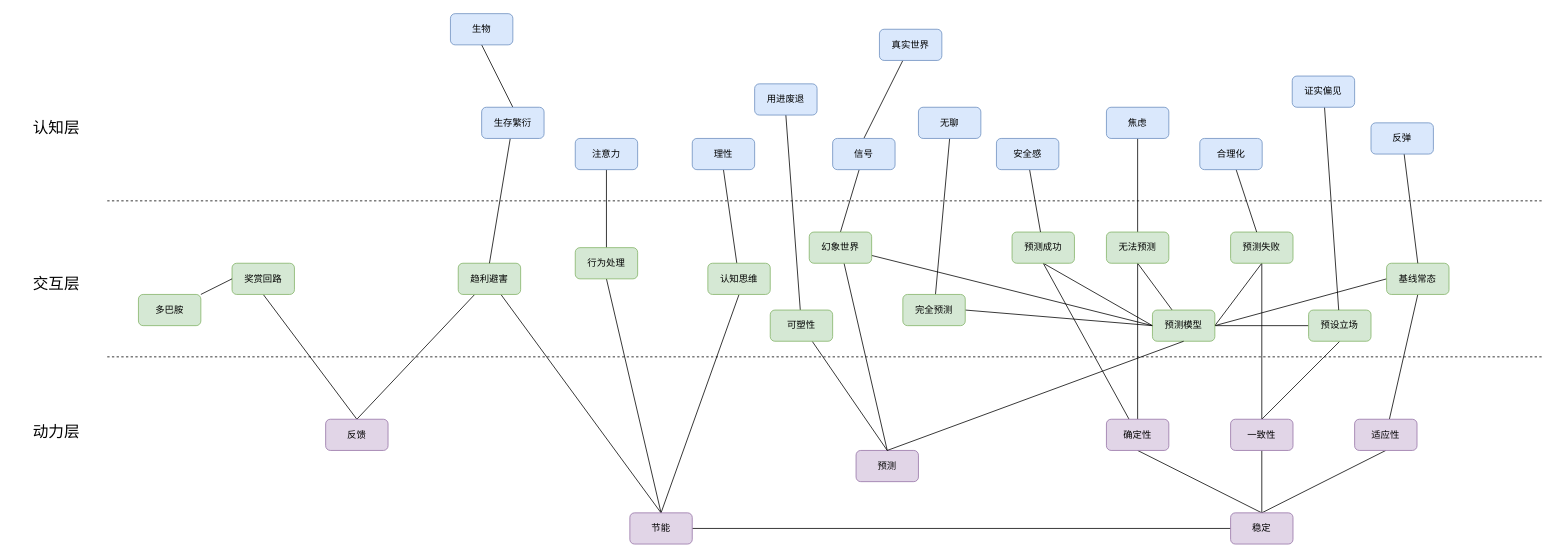
Earlier version of the draw.io diagram 大脑原理-认知三层模型.drawio (youyusan/open_mind). Source tidied: cells renumbered, new cells numbered last; positions are measured from the earlier drawing's top-left corner, leaving out a move shared by most shapes. Both pictures are drawn from the tidied source at 78%, with x=0, y=0 at pixel (13, 13).
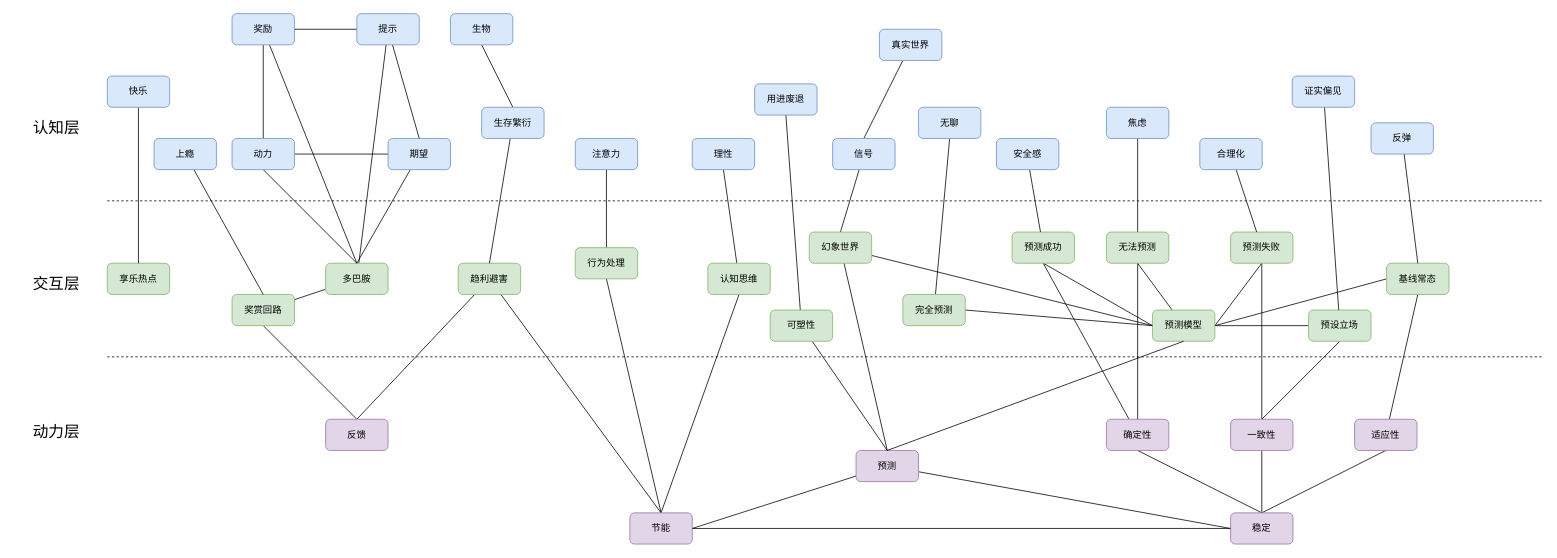
The same diagram, later.

Commit message (it also covers changes not shown here):
更新大脑原理-认知三层模型.drawio

Unchanged cells that the change refers to:
```xml
<mxCell id="17" value="节能" style="rounded=1;whiteSpace=wrap;html=1;fillColor=#e1d5e7;strokeColor=#9673a6;" parent="1" vertex="1">
  <mxGeometry x="790" y="640" width="80" height="40" as="geometry" />
</mxCell>
<mxCell id="66" value="预测" style="rounded=1;whiteSpace=wrap;html=1;fillColor=#e1d5e7;strokeColor=#9673a6;" parent="1" vertex="1">
  <mxGeometry x="1080" y="560" width="80" height="40" as="geometry" />
</mxCell>
```

The edit, as a diff of the source:
```diff
@@
+    <mxCell id="79" style="edgeStyle=none;shape=connector;rounded=0;jettySize=auto;html=1;labelBackgroundColor=default;strokeColor=default;align=center;verticalAlign=middle;fontFamily=Helvetica;fontSize=11;fontColor=default;endArrow=none;endFill=0;" parent="1" edge="1" source="24" target="26">
+      <mxGeometry relative="1" as="geometry" />
+    </mxCell>
     <mxCell id="24" value="奖赏回路" style="rounded=1;whiteSpace=wrap;html=1;fillColor=#d5e8d4;strokeColor=#82b366;" parent="1" vertex="1">
-      <mxGeometry x="280" y="320" width="80" height="40" as="geometry" />
+      <mxGeometry x="280" y="360" width="80" height="40" as="geometry" />
     </mxCell>
-    <mxCell id="25" style="edgeStyle=none;shape=connector;rounded=0;jettySize=auto;html=1;entryX=0;entryY=0.5;entryDx=0;entryDy=0;labelBackgroundColor=default;strokeColor=default;align=center;verticalAlign=middle;fontFamily=Helvetica;fontSize=11;fontColor=default;endArrow=none;endFill=0;" parent="1" edge="1" source="26" target="24">
-      <mxGeometry relative="1" as="geometry" />
-    </mxCell>
+    <mxCell id="80" style="edgeStyle=none;shape=connector;rounded=0;jettySize=auto;html=1;entryX=0.5;entryY=1;entryDx=0;entryDy=0;labelBackgroundColor=default;strokeColor=default;align=center;verticalAlign=middle;fontFamily=Helvetica;fontSize=11;fontColor=default;endArrow=none;endFill=0;exitX=0.5;exitY=0;exitDx=0;exitDy=0;" parent="1" edge="1" source="26" target="86">
+      <mxGeometry relative="1" as="geometry" />
+    </mxCell>
+    <mxCell id="81" style="edgeStyle=none;shape=connector;rounded=0;jettySize=auto;html=1;labelBackgroundColor=default;strokeColor=default;align=center;verticalAlign=middle;fontFamily=Helvetica;fontSize=11;fontColor=default;endArrow=none;endFill=0;" parent="1" edge="1" source="26" target="96">
+      <mxGeometry relative="1" as="geometry" />
+    </mxCell>
     <mxCell id="26" value="多巴胺" style="rounded=1;whiteSpace=wrap;html=1;fillColor=#d5e8d4;strokeColor=#82b366;" parent="1" vertex="1">
-      <mxGeometry x="160" y="360" width="80" height="40" as="geometry" />
+      <mxGeometry x="400" y="320" width="80" height="40" as="geometry" />
     </mxCell>
@@
+    <mxCell id="82" style="edgeStyle=none;shape=connector;rounded=0;jettySize=auto;html=1;entryX=1;entryY=0.5;entryDx=0;entryDy=0;labelBackgroundColor=default;strokeColor=default;align=center;verticalAlign=middle;fontFamily=Helvetica;fontSize=11;fontColor=default;endArrow=none;endFill=0;" parent="1" edge="1" source="66" target="17">
+      <mxGeometry relative="1" as="geometry" />
+    </mxCell>
+    <mxCell id="83" style="edgeStyle=none;shape=connector;rounded=0;jettySize=auto;html=1;labelBackgroundColor=default;strokeColor=default;align=center;verticalAlign=middle;fontFamily=Helvetica;fontSize=11;fontColor=default;endArrow=none;endFill=0;" parent="1" edge="1" source="66">
+      <mxGeometry relative="1" as="geometry">
+        <mxPoint x="1560" y="660" as="targetPoint" />
+      </mxGeometry>
+    </mxCell>
@@
+    <mxCell id="84" style="edgeStyle=none;shape=connector;rounded=0;jettySize=auto;html=1;entryX=0;entryY=0.5;entryDx=0;entryDy=0;labelBackgroundColor=default;strokeColor=default;align=center;verticalAlign=middle;fontFamily=Helvetica;fontSize=11;fontColor=default;endArrow=none;endFill=0;" parent="1" edge="1" source="86" target="88">
+      <mxGeometry relative="1" as="geometry" />
+    </mxCell>
+    <mxCell id="85" style="edgeStyle=none;shape=connector;rounded=0;jettySize=auto;html=1;labelBackgroundColor=default;strokeColor=default;align=center;verticalAlign=middle;fontFamily=Helvetica;fontSize=11;fontColor=default;endArrow=none;endFill=0;" parent="1" edge="1" source="86" target="94">
+      <mxGeometry relative="1" as="geometry" />
+    </mxCell>
+    <mxCell id="86" value="动力" style="rounded=1;whiteSpace=wrap;html=1;fillColor=#dae8fc;strokeColor=#6c8ebf;" parent="1" vertex="1">
+      <mxGeometry x="280" y="160" width="80" height="40" as="geometry" />
+    </mxCell>
+    <mxCell id="87" style="edgeStyle=none;shape=connector;rounded=0;jettySize=auto;html=1;labelBackgroundColor=default;strokeColor=default;align=center;verticalAlign=middle;fontFamily=Helvetica;fontSize=11;fontColor=default;endArrow=none;endFill=0;entryX=0.5;entryY=0;entryDx=0;entryDy=0;" parent="1" edge="1" source="88" target="26">
+      <mxGeometry relative="1" as="geometry" />
+    </mxCell>
+    <mxCell id="88" value="期望" style="rounded=1;whiteSpace=wrap;html=1;fillColor=#dae8fc;strokeColor=#6c8ebf;" parent="1" vertex="1">
+      <mxGeometry x="480" y="160" width="80" height="40" as="geometry" />
+    </mxCell>
+    <mxCell id="89" value="享乐热点" style="rounded=1;whiteSpace=wrap;html=1;fillColor=#d5e8d4;strokeColor=#82b366;" parent="1" vertex="1">
+      <mxGeometry x="120" y="320" width="80" height="40" as="geometry" />
+    </mxCell>
+    <mxCell id="90" style="edgeStyle=none;shape=connector;rounded=0;jettySize=auto;html=1;labelBackgroundColor=default;strokeColor=default;align=center;verticalAlign=middle;fontFamily=Helvetica;fontSize=11;fontColor=default;endArrow=none;endFill=0;" parent="1" edge="1" source="91" target="89">
+      <mxGeometry relative="1" as="geometry" />
+    </mxCell>
+    <mxCell id="91" value="快乐" style="rounded=1;whiteSpace=wrap;html=1;fillColor=#dae8fc;strokeColor=#6c8ebf;" parent="1" vertex="1">
+      <mxGeometry x="120" y="80" width="80" height="40" as="geometry" />
+    </mxCell>
+    <mxCell id="92" style="edgeStyle=none;shape=connector;rounded=0;jettySize=auto;html=1;entryX=0;entryY=0.5;entryDx=0;entryDy=0;labelBackgroundColor=default;strokeColor=default;align=center;verticalAlign=middle;fontFamily=Helvetica;fontSize=11;fontColor=default;endArrow=none;endFill=0;" parent="1" edge="1" source="94" target="96">
+      <mxGeometry relative="1" as="geometry" />
+    </mxCell>
+    <mxCell id="93" style="edgeStyle=none;shape=connector;rounded=0;jettySize=auto;html=1;entryX=0.5;entryY=0;entryDx=0;entryDy=0;labelBackgroundColor=default;strokeColor=default;align=center;verticalAlign=middle;fontFamily=Helvetica;fontSize=11;fontColor=default;endArrow=none;endFill=0;" parent="1" edge="1" source="94" target="26">
+      <mxGeometry relative="1" as="geometry" />
+    </mxCell>
+    <mxCell id="94" value="奖励" style="rounded=1;whiteSpace=wrap;html=1;fillColor=#dae8fc;strokeColor=#6c8ebf;" parent="1" vertex="1">
+      <mxGeometry x="280" width="80" height="40" as="geometry" />
+    </mxCell>
+    <mxCell id="95" style="edgeStyle=none;shape=connector;rounded=0;jettySize=auto;html=1;entryX=0.5;entryY=0;entryDx=0;entryDy=0;labelBackgroundColor=default;strokeColor=default;align=center;verticalAlign=middle;fontFamily=Helvetica;fontSize=11;fontColor=default;endArrow=none;endFill=0;" parent="1" edge="1" source="96" target="88">
+      <mxGeometry relative="1" as="geometry" />
+    </mxCell>
+    <mxCell id="96" value="提示" style="rounded=1;whiteSpace=wrap;html=1;fillColor=#dae8fc;strokeColor=#6c8ebf;" parent="1" vertex="1">
+      <mxGeometry x="440" width="80" height="40" as="geometry" />
+    </mxCell>
+    <mxCell id="97" style="edgeStyle=none;shape=connector;rounded=0;jettySize=auto;html=1;entryX=0.5;entryY=0;entryDx=0;entryDy=0;labelBackgroundColor=default;strokeColor=default;align=center;verticalAlign=middle;fontFamily=Helvetica;fontSize=11;fontColor=default;endArrow=none;endFill=0;" parent="1" edge="1" source="98" target="24">
+      <mxGeometry relative="1" as="geometry" />
+    </mxCell>
+    <mxCell id="98" value="上瘾" style="rounded=1;whiteSpace=wrap;html=1;fillColor=#dae8fc;strokeColor=#6c8ebf;" parent="1" vertex="1">
+      <mxGeometry x="180" y="160" width="80" height="40" as="geometry" />
+    </mxCell>
```
